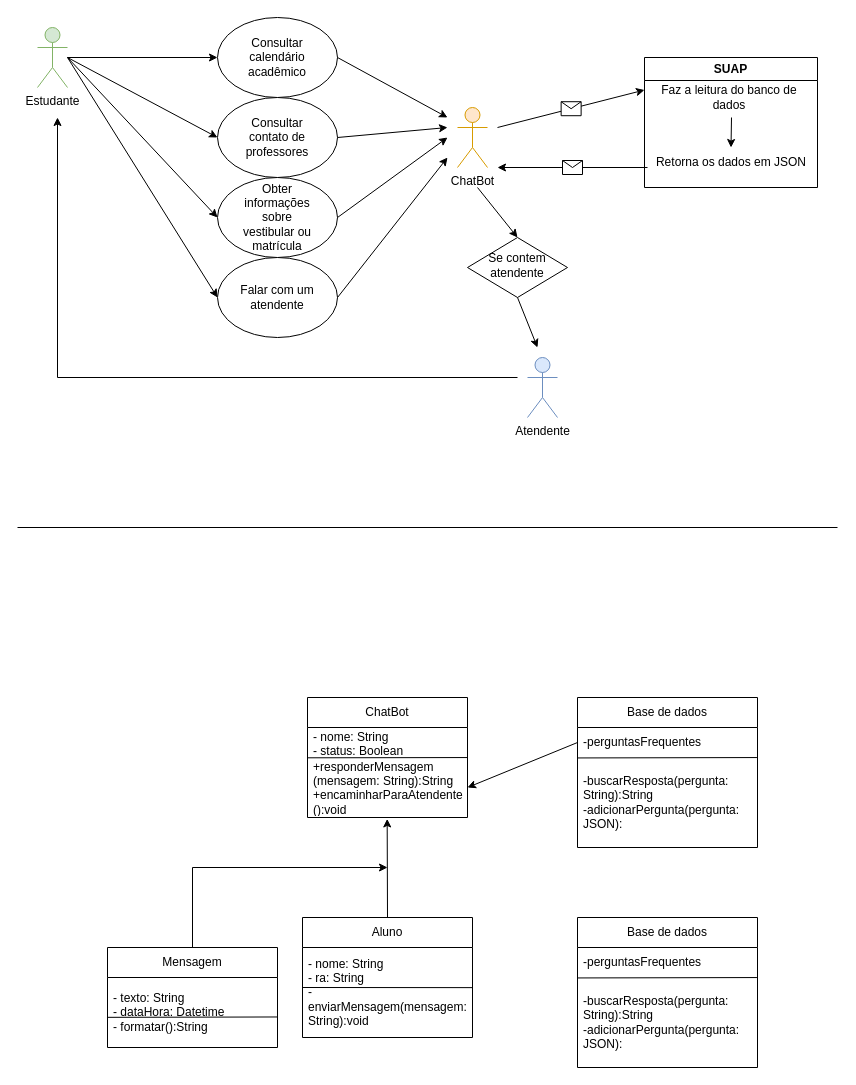
JESFTechnology/Chat-Bot-IFSULDEMINAS keeps this draw.io diagram as Diagrama sem nome.drawio. Above is the earlier version. Source tidied: cells renumbered, new cells numbered last; positions are measured from the earlier drawing's top-left corner, leaving out a move shared by most shapes. Both pictures are drawn from the tidied source at 100%, with x=0, y=0 at pixel (17, 17).
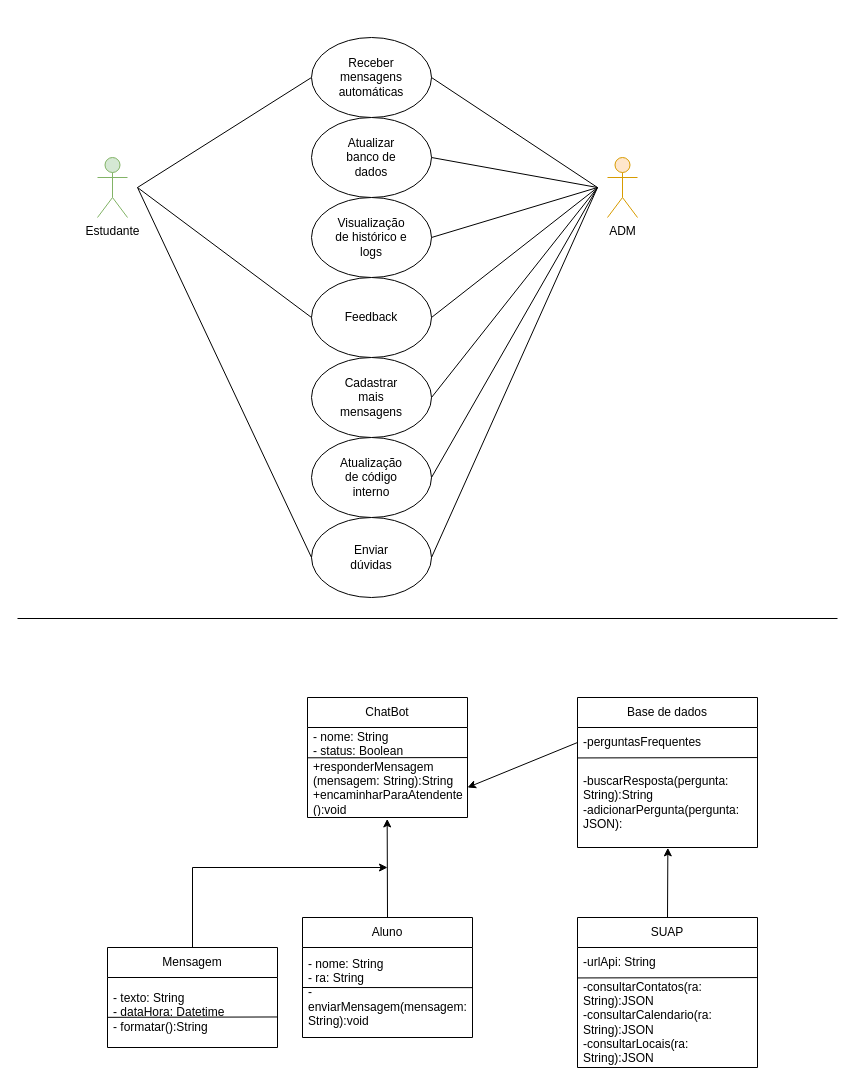
After the change.

The change refers to these unchanged cells:
```xml
<mxCell id="35" style="ellipse;whiteSpace=wrap;html=1;" parent="34" vertex="1">
  <mxGeometry width="120" height="80" as="geometry" />
</mxCell>
<mxCell id="46" value="-buscarResposta(pergunta: String):String&lt;div&gt;-adicionarPergunta(pergunta: JSON):&lt;/div&gt;" style="text;strokeColor=none;fillColor=none;align=left;verticalAlign=middle;spacingLeft=4;spacingRight=4;overflow=hidden;points=[[0,0.5],[1,0.5]];portConstraint=eastwest;whiteSpace=wrap;html=1;" parent="44" vertex="1">
  <mxGeometry y="60" width="180" height="90" as="geometry" />
</mxCell>
```

The edit, as a diff of the source:
```diff
@@
     <mxCell id="2" value="Estudante" style="shape=umlActor;verticalLabelPosition=bottom;verticalAlign=top;html=1;outlineConnect=0;fillColor=#d5e8d4;strokeColor=#82b366;shadow=0;" parent="1" vertex="1">
-      <mxGeometry x="20" y="10" width="30" height="60" as="geometry" />
+      <mxGeometry x="80" y="140" width="30" height="60" as="geometry" />
     </mxCell>
-    <mxCell id="3" style="endArrow=classic;html=1;rounded=0;entryX=0;entryY=0.5;entryDx=0;entryDy=0;" parent="1" edge="1" source="2" target="5">
-      <mxGeometry relative="1" as="geometry" />
-    </mxCell>
-    <mxCell id="4" style="group;" parent="1" vertex="1">
-      <mxGeometry x="200" width="120" height="80" as="geometry" />
-    </mxCell>
-    <mxCell id="5" style="ellipse;whiteSpace=wrap;html=1;" parent="4" vertex="1">
-      <mxGeometry width="120" height="80" as="geometry" />
-    </mxCell>
-    <mxCell id="6" value="Consultar&lt;div&gt;calendário&lt;/div&gt;&lt;div&gt;acadêmico&lt;/div&gt;" style="text;html=1;align=center;verticalAlign=middle;whiteSpace=wrap;rounded=0;" parent="4" vertex="1">
-      <mxGeometry x="30" y="25" width="60" height="30" as="geometry" />
-    </mxCell>
-    <mxCell id="7" style="group;" parent="1" vertex="1">
-      <mxGeometry x="200" y="80" width="120" height="80" as="geometry" />
-    </mxCell>
-    <mxCell id="8" style="ellipse;whiteSpace=wrap;html=1;" parent="7" vertex="1">
-      <mxGeometry width="120" height="80" as="geometry" />
-    </mxCell>
-    <mxCell id="9" value="Consultar&lt;div&gt;contato de&lt;/div&gt;&lt;div&gt;professores&lt;/div&gt;" style="text;html=1;align=center;verticalAlign=middle;whiteSpace=wrap;rounded=0;" parent="7" vertex="1">
-      <mxGeometry x="30" y="25" width="60" height="30" as="geometry" />
-    </mxCell>
-    <mxCell id="10" style="group;" parent="1" vertex="1">
-      <mxGeometry x="200" y="160" width="120" height="80" as="geometry" />
-    </mxCell>
-    <mxCell id="11" style="ellipse;whiteSpace=wrap;html=1;" parent="10" vertex="1">
-      <mxGeometry width="120" height="80" as="geometry" />
-    </mxCell>
-    <mxCell id="12" value="Obter informações sobre vestibular ou matrícula" style="text;html=1;align=center;verticalAlign=middle;whiteSpace=wrap;rounded=0;" parent="10" vertex="1">
-      <mxGeometry x="20" y="25" width="80" height="30" as="geometry" />
-    </mxCell>
-    <mxCell id="13" style="endArrow=classic;html=1;rounded=0;entryX=0;entryY=0.5;entryDx=0;entryDy=0;" parent="1" edge="1" target="8">
-      <mxGeometry relative="1" as="geometry">
-        <mxPoint x="50" y="40" as="sourcePoint" />
-      </mxGeometry>
-    </mxCell>
-    <mxCell id="14" style="endArrow=classic;html=1;rounded=0;entryX=0;entryY=0.5;entryDx=0;entryDy=0;" parent="1" edge="1" target="11">
-      <mxGeometry relative="1" as="geometry">
-        <mxPoint x="50" y="40" as="sourcePoint" />
-      </mxGeometry>
-    </mxCell>
-    <mxCell id="15" value="ChatBot" style="shape=umlActor;verticalLabelPosition=bottom;verticalAlign=top;html=1;fillColor=#ffe6cc;strokeColor=#d79b00;" parent="1" vertex="1">
-      <mxGeometry x="440" y="90" width="30" height="60" as="geometry" />
+    <mxCell id="15" value="ADM" style="shape=umlActor;verticalLabelPosition=bottom;verticalAlign=top;html=1;fillColor=#ffe6cc;strokeColor=#d79b00;" parent="1" vertex="1">
+      <mxGeometry x="590" y="140" width="30" height="60" as="geometry" />
     </mxCell>
-    <mxCell id="16" style="endArrow=classic;html=1;rounded=0;entryX=0;entryY=0.25;entryDx=0;entryDy=0;" parent="1" edge="1" target="18">
-      <mxGeometry relative="1" as="geometry">
-        <mxPoint x="480" y="110" as="sourcePoint" />
-      </mxGeometry>
-    </mxCell>
-    <mxCell id="17" style="shape=message;html=1;" parent="16" vertex="1">
-      <mxGeometry width="20" height="14" relative="1" as="geometry">
-        <mxPoint x="-10" y="-7" as="offset" />
-      </mxGeometry>
-    </mxCell>
-    <mxCell id="18" value="SUAP" style="swimlane;whiteSpace=wrap;html=1;" parent="1" vertex="1">
-      <mxGeometry x="627" y="40" width="173" height="130" as="geometry" />
-    </mxCell>
-    <mxCell id="19" value="Faz a leitura do banco de dados" style="text;html=1;align=center;verticalAlign=middle;whiteSpace=wrap;rounded=0;" parent="18" vertex="1">
-      <mxGeometry y="25" width="170" height="30" as="geometry" />
-    </mxCell>
-    <mxCell id="20" value="Retorna os dados em JSON" style="text;html=1;align=center;verticalAlign=middle;whiteSpace=wrap;rounded=0;" parent="18" vertex="1">
-      <mxGeometry x="1.5" y="90" width="170" height="30" as="geometry" />
-    </mxCell>
-    <mxCell id="21" style="endArrow=classic;html=1;rounded=0;entryX=0.5;entryY=0;entryDx=0;entryDy=0;" parent="18" edge="1" target="20">
-      <mxGeometry relative="1" as="geometry">
-        <mxPoint x="87" y="60" as="sourcePoint" />
-      </mxGeometry>
-    </mxCell>
-    <mxCell id="22" style="endArrow=classic;html=1;rounded=0;" parent="1" edge="1">
-      <mxGeometry relative="1" as="geometry">
-        <mxPoint x="630" y="150" as="sourcePoint" />
-        <mxPoint x="480" y="150" as="targetPoint" />
-      </mxGeometry>
-    </mxCell>
-    <mxCell id="23" style="shape=message;html=1;" parent="22" vertex="1">
-      <mxGeometry width="20" height="14" relative="1" as="geometry">
-        <mxPoint x="-10" y="-7" as="offset" />
-      </mxGeometry>
-    </mxCell>
-    <mxCell id="24" style="endArrow=classic;html=1;rounded=0;exitX=1;exitY=0.5;exitDx=0;exitDy=0;" parent="1" edge="1" source="11">
-      <mxGeometry relative="1" as="geometry">
-        <mxPoint x="430" y="120" as="targetPoint" />
-      </mxGeometry>
-    </mxCell>
-    <mxCell id="25" style="endArrow=classic;html=1;rounded=0;exitX=1;exitY=0.5;exitDx=0;exitDy=0;" parent="1" edge="1" source="8">
-      <mxGeometry relative="1" as="geometry">
-        <mxPoint x="430" y="110" as="targetPoint" />
-      </mxGeometry>
-    </mxCell>
-    <mxCell id="26" style="endArrow=classic;html=1;rounded=0;exitX=1;exitY=0.5;exitDx=0;exitDy=0;" parent="1" edge="1" source="5">
-      <mxGeometry relative="1" as="geometry">
-        <mxPoint x="430" y="100" as="targetPoint" />
-      </mxGeometry>
-    </mxCell>
-    <mxCell id="27" value="Atendente" style="shape=umlActor;verticalLabelPosition=bottom;verticalAlign=top;html=1;fillColor=#dae8fc;strokeColor=#6c8ebf;" parent="1" vertex="1">
-      <mxGeometry x="510" y="340" width="30" height="60" as="geometry" />
-    </mxCell>
-    <mxCell id="28" style="endArrow=classic;html=1;rounded=0;" parent="1" edge="1">
-      <mxGeometry relative="1" as="geometry">
-        <mxPoint x="500" y="360" as="sourcePoint" />
-        <mxPoint x="40" y="100" as="targetPoint" />
-        <Array as="points">
-          <mxPoint x="40" y="360" />
-        </Array>
-      </mxGeometry>
-    </mxCell>
-    <mxCell id="29" style="group;" parent="1" vertex="1">
-      <mxGeometry x="450" y="220" width="100" height="60" as="geometry" />
-    </mxCell>
-    <mxCell id="30" style="rhombus;whiteSpace=wrap;html=1;" parent="29" vertex="1">
-      <mxGeometry width="100" height="60" as="geometry" />
-    </mxCell>
-    <mxCell id="31" value="Se contem atendente" style="text;html=1;align=center;verticalAlign=middle;whiteSpace=wrap;rounded=0;" parent="29" vertex="1">
-      <mxGeometry x="20" y="12.5" width="60" height="30" as="geometry" />
-    </mxCell>
-    <mxCell id="32" style="endArrow=classic;html=1;rounded=0;" parent="1" edge="1">
-      <mxGeometry relative="1" as="geometry">
-        <mxPoint x="500" y="280" as="sourcePoint" />
-        <mxPoint x="520" y="330" as="targetPoint" />
-      </mxGeometry>
-    </mxCell>
-    <mxCell id="33" style="endArrow=classic;html=1;rounded=0;entryX=0.5;entryY=0;entryDx=0;entryDy=0;" parent="1" edge="1" target="30">
-      <mxGeometry relative="1" as="geometry">
-        <mxPoint x="460" y="170" as="sourcePoint" />
-      </mxGeometry>
-    </mxCell>
     <mxCell id="34" style="group;" parent="1" vertex="1">
-      <mxGeometry x="200" y="240" width="120" height="80" as="geometry" />
+      <mxGeometry x="294" y="100" width="120" height="80" as="geometry" />
     </mxCell>
@@
-    <mxCell id="36" value="Falar com um atendente" style="text;html=1;align=center;verticalAlign=middle;whiteSpace=wrap;rounded=0;" parent="34" vertex="1">
+    <mxCell id="36" value="Atualizar banco de dados" style="text;html=1;align=center;verticalAlign=middle;whiteSpace=wrap;rounded=0;" parent="34" vertex="1">
       <mxGeometry x="20" y="25" width="80" height="30" as="geometry" />
     </mxCell>
-    <mxCell id="37" style="endArrow=classic;html=1;rounded=0;exitX=1;exitY=0.5;exitDx=0;exitDy=0;" parent="1" edge="1" source="35">
-      <mxGeometry relative="1" as="geometry">
-        <mxPoint x="430" y="140" as="targetPoint" />
-      </mxGeometry>
-    </mxCell>
-    <mxCell id="38" style="endArrow=classic;html=1;rounded=0;entryX=0;entryY=0.5;entryDx=0;entryDy=0;" parent="1" edge="1" target="35">
-      <mxGeometry relative="1" as="geometry">
-        <mxPoint x="50" y="40" as="sourcePoint" />
-      </mxGeometry>
-    </mxCell>
     <mxCell id="39" style="endArrow=none;html=1;rounded=0;" parent="1" edge="1">
       <mxGeometry relative="1" as="geometry">
-        <mxPoint y="510" as="sourcePoint" />
-        <mxPoint x="820" y="510" as="targetPoint" />
+        <mxPoint y="601" as="sourcePoint" />
+        <mxPoint x="820" y="601" as="targetPoint" />
       </mxGeometry>
     </mxCell>
@@
-    <mxCell id="53" value="Base de dados" style="swimlane;fontStyle=0;horizontal=1;startSize=30;whiteSpace=wrap;html=1;" parent="1" vertex="1">
+    <mxCell id="53" value="SUAP" style="swimlane;fontStyle=0;horizontal=1;startSize=30;whiteSpace=wrap;html=1;" parent="1" vertex="1">
       <mxGeometry x="560" y="900" width="180" height="150" as="geometry" />
     </mxCell>
-    <mxCell id="54" value="-perguntasFrequentes" style="text;strokeColor=none;fillColor=none;align=left;verticalAlign=middle;spacingLeft=4;spacingRight=4;overflow=hidden;points=[[0,0.5],[1,0.5]];portConstraint=eastwest;whiteSpace=wrap;html=1;" parent="53" vertex="1">
+    <mxCell id="54" value="-urlApi: String" style="text;strokeColor=none;fillColor=none;align=left;verticalAlign=middle;spacingLeft=4;spacingRight=4;overflow=hidden;points=[[0,0.5],[1,0.5]];portConstraint=eastwest;whiteSpace=wrap;html=1;" parent="53" vertex="1">
       <mxGeometry y="30" width="180" height="30" as="geometry" />
     </mxCell>
-    <mxCell id="55" value="-buscarResposta(pergunta: String):String&lt;div&gt;-adicionarPergunta(pergunta: JSON):&lt;/div&gt;" style="text;strokeColor=none;fillColor=none;align=left;verticalAlign=middle;spacingLeft=4;spacingRight=4;overflow=hidden;points=[[0,0.5],[1,0.5]];portConstraint=eastwest;whiteSpace=wrap;html=1;" parent="53" vertex="1">
+    <mxCell id="55" value="-consultarContatos(ra: String):JSON&lt;div&gt;-consultarCalendario(ra: String):JSON&lt;/div&gt;&lt;div&gt;-consultarLocais(ra: String):JSON&lt;/div&gt;" style="text;strokeColor=none;fillColor=none;align=left;verticalAlign=middle;spacingLeft=4;spacingRight=4;overflow=hidden;points=[[0,0.5],[1,0.5]];portConstraint=eastwest;whiteSpace=wrap;html=1;" parent="53" vertex="1">
       <mxGeometry y="60" width="180" height="90" as="geometry" />
     </mxCell>
@@
+    <mxCell id="61" style="endArrow=classic;html=1;rounded=0;exitX=0.5;exitY=0;exitDx=0;exitDy=0;entryX=0.502;entryY=1.004;entryDx=0;entryDy=0;entryPerimeter=0;" parent="1" edge="1" source="53" target="46">
+      <mxGeometry relative="1" as="geometry" />
+    </mxCell>
+    <mxCell id="62" style="endArrow=none;html=1;rounded=0;exitX=1;exitY=0.5;exitDx=0;exitDy=0;" parent="1" edge="1" source="35">
+      <mxGeometry relative="1" as="geometry">
+        <mxPoint x="580" y="170" as="targetPoint" />
+      </mxGeometry>
+    </mxCell>
+    <mxCell id="63" style="endArrow=none;html=1;rounded=0;entryX=0;entryY=0.5;entryDx=0;entryDy=0;" parent="1" edge="1" target="65">
+      <mxGeometry relative="1" as="geometry">
+        <mxPoint x="120" y="170" as="sourcePoint" />
+      </mxGeometry>
+    </mxCell>
+    <mxCell id="64" style="group;" parent="1" vertex="1">
+      <mxGeometry x="294" y="20" width="120" height="80" as="geometry" />
+    </mxCell>
+    <mxCell id="65" style="ellipse;whiteSpace=wrap;html=1;" parent="64" vertex="1">
+      <mxGeometry width="120" height="80" as="geometry" />
+    </mxCell>
+    <mxCell id="66" value="Receber mensagens automáticas" style="text;html=1;align=center;verticalAlign=middle;whiteSpace=wrap;rounded=0;" parent="64" vertex="1">
+      <mxGeometry x="20" y="25" width="80" height="30" as="geometry" />
+    </mxCell>
+    <mxCell id="67" style="endArrow=none;html=1;rounded=0;exitX=1;exitY=0.5;exitDx=0;exitDy=0;" parent="1" edge="1" source="65">
+      <mxGeometry relative="1" as="geometry">
+        <mxPoint x="580" y="170" as="targetPoint" />
+      </mxGeometry>
+    </mxCell>
+    <mxCell id="68" style="group;" parent="1" vertex="1">
+      <mxGeometry x="294" y="180" width="120" height="80" as="geometry" />
+    </mxCell>
+    <mxCell id="69" style="ellipse;whiteSpace=wrap;html=1;" parent="68" vertex="1">
+      <mxGeometry width="120" height="80" as="geometry" />
+    </mxCell>
+    <mxCell id="70" value="Visualização de histórico e logs" style="text;html=1;align=center;verticalAlign=middle;whiteSpace=wrap;rounded=0;" parent="68" vertex="1">
+      <mxGeometry x="20" y="25" width="80" height="30" as="geometry" />
+    </mxCell>
+    <mxCell id="71" style="endArrow=none;html=1;rounded=0;exitX=1;exitY=0.5;exitDx=0;exitDy=0;" parent="1" edge="1" source="69">
+      <mxGeometry relative="1" as="geometry">
+        <mxPoint x="580" y="170" as="targetPoint" />
+      </mxGeometry>
+    </mxCell>
+    <mxCell id="72" style="group;" parent="1" vertex="1">
+      <mxGeometry x="294" y="340" width="120" height="210" as="geometry" />
+    </mxCell>
+    <mxCell id="73" style="ellipse;whiteSpace=wrap;html=1;" parent="72" vertex="1">
+      <mxGeometry width="120" height="80" as="geometry" />
+    </mxCell>
+    <mxCell id="74" value="Cadastrar mais mensagens" style="text;html=1;align=center;verticalAlign=middle;whiteSpace=wrap;rounded=0;" parent="72" vertex="1">
+      <mxGeometry x="20" y="25" width="80" height="30" as="geometry" />
+    </mxCell>
+    <mxCell id="75" style="group;" parent="72" vertex="1">
+      <mxGeometry y="80" width="120" height="80" as="geometry" />
+    </mxCell>
+    <mxCell id="76" style="ellipse;whiteSpace=wrap;html=1;" parent="75" vertex="1">
+      <mxGeometry width="120" height="80" as="geometry" />
+    </mxCell>
+    <mxCell id="77" value="Atualização de código interno" style="text;html=1;align=center;verticalAlign=middle;whiteSpace=wrap;rounded=0;" parent="75" vertex="1">
+      <mxGeometry x="20" y="25" width="80" height="30" as="geometry" />
+    </mxCell>
+    <mxCell id="78" style="endArrow=none;html=1;rounded=0;exitX=1;exitY=0.5;exitDx=0;exitDy=0;" parent="1" edge="1" source="73">
+      <mxGeometry relative="1" as="geometry">
+        <mxPoint x="580" y="170" as="targetPoint" />
+      </mxGeometry>
+    </mxCell>
+    <mxCell id="79" style="endArrow=none;html=1;rounded=0;exitX=1;exitY=0.5;exitDx=0;exitDy=0;" parent="1" edge="1" source="76">
+      <mxGeometry relative="1" as="geometry">
+        <mxPoint x="580" y="170" as="targetPoint" />
+      </mxGeometry>
+    </mxCell>
+    <mxCell id="80" style="group;" parent="1" vertex="1">
+      <mxGeometry x="294" y="260" width="120" height="80" as="geometry" />
+    </mxCell>
+    <mxCell id="81" style="ellipse;whiteSpace=wrap;html=1;" parent="80" vertex="1">
+      <mxGeometry width="120" height="80" as="geometry" />
+    </mxCell>
+    <mxCell id="82" value="Feedback" style="text;html=1;align=center;verticalAlign=middle;whiteSpace=wrap;rounded=0;" parent="80" vertex="1">
+      <mxGeometry x="20" y="25" width="80" height="30" as="geometry" />
+    </mxCell>
+    <mxCell id="83" style="endArrow=none;html=1;rounded=0;exitX=1;exitY=0.5;exitDx=0;exitDy=0;" parent="1" edge="1" source="81">
+      <mxGeometry relative="1" as="geometry">
+        <mxPoint x="580" y="170" as="targetPoint" />
+      </mxGeometry>
+    </mxCell>
+    <mxCell id="84" style="endArrow=none;html=1;rounded=0;entryX=0;entryY=0.5;entryDx=0;entryDy=0;" parent="1" edge="1" target="81">
+      <mxGeometry relative="1" as="geometry">
+        <mxPoint x="120" y="170" as="sourcePoint" />
+      </mxGeometry>
+    </mxCell>
+    <mxCell id="85" style="ellipse;whiteSpace=wrap;html=1;" parent="1" vertex="1">
+      <mxGeometry x="294" y="500" width="120" height="80" as="geometry" />
+    </mxCell>
+    <mxCell id="86" style="endArrow=none;html=1;rounded=0;exitX=1;exitY=0.5;exitDx=0;exitDy=0;" parent="1" edge="1" source="85">
+      <mxGeometry relative="1" as="geometry">
+        <mxPoint x="580" y="170" as="targetPoint" />
+      </mxGeometry>
+    </mxCell>
+    <mxCell id="87" style="endArrow=none;html=1;rounded=0;entryX=0;entryY=0.5;entryDx=0;entryDy=0;" parent="1" edge="1" target="85">
+      <mxGeometry relative="1" as="geometry">
+        <mxPoint x="120" y="170" as="sourcePoint" />
+      </mxGeometry>
+    </mxCell>
+    <mxCell id="88" value="Enviar dúvidas" style="text;html=1;align=center;verticalAlign=middle;whiteSpace=wrap;rounded=0;" parent="1" vertex="1">
+      <mxGeometry x="324" y="525" width="60" height="30" as="geometry" />
+    </mxCell>
```
